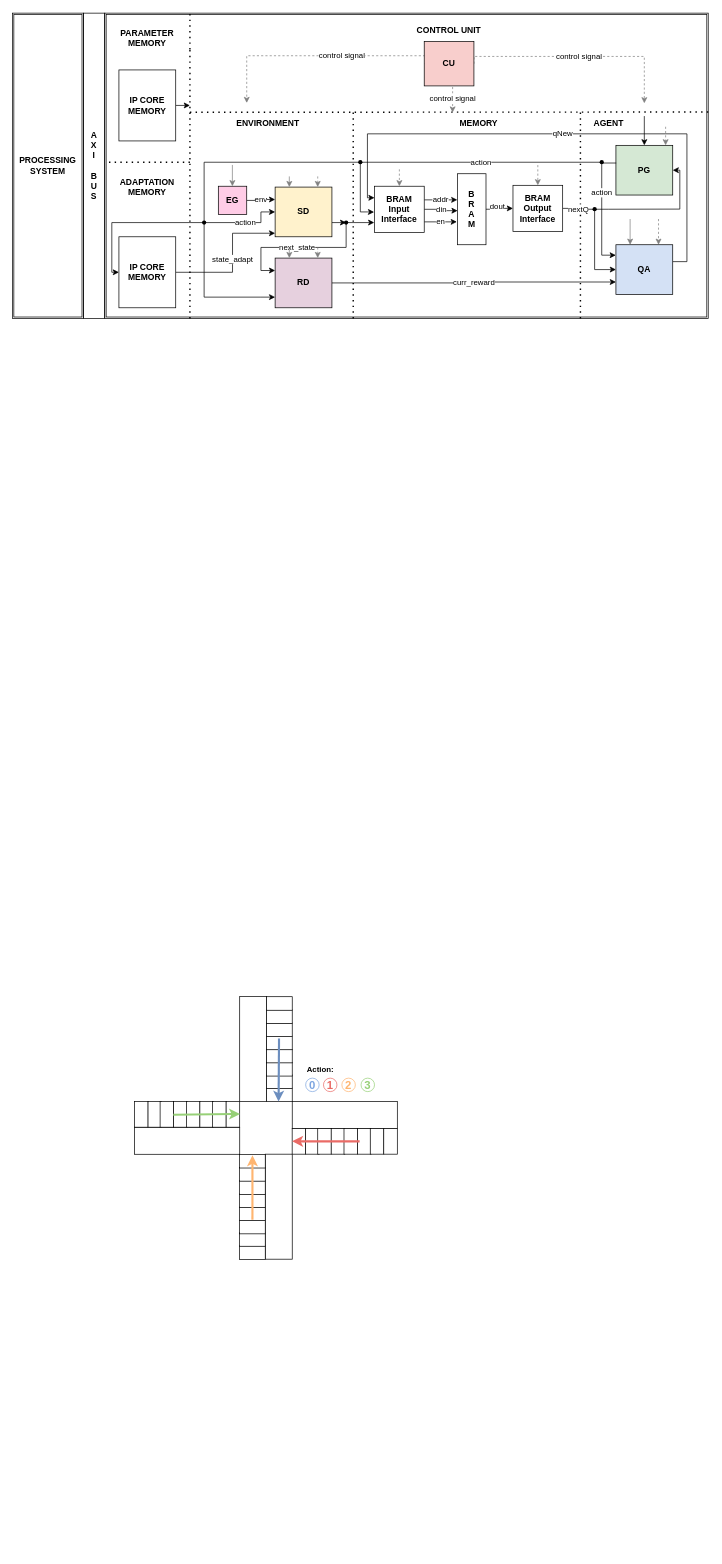
The draw.io diagram page "Sytem" (3 of 7) of documentation/conference_material/intelight.drawio in zulfikarna/intelligent_traffic_light, before the edit. Source tidied: cells renumbered, new cells numbered last; positions are measured from the earlier drawing's top-left corner, leaving out a move shared by most shapes. Both pictures are drawn from the tidied source at 71%, with x=0, y=0 at pixel (12, 13).
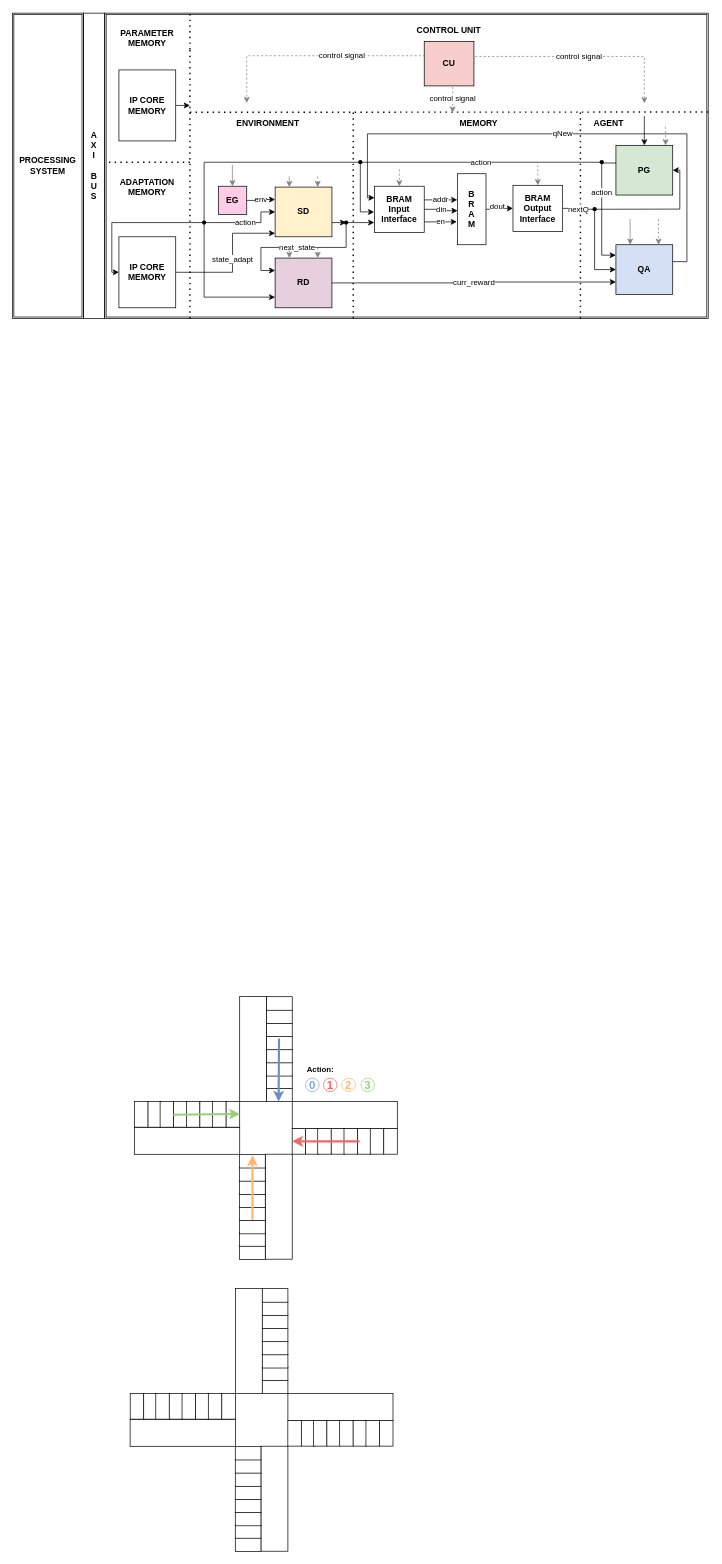
After the change.

What changed in the source:
```diff
@@
+    <mxCell id="119" style="whiteSpace=wrap;html=1;fontSize=10;rotation=0;" parent="1" vertex="1">
+      <mxGeometry x="314" y="1796.2" width="38" height="148" as="geometry" />
+    </mxCell>
+    <mxCell id="120" style="rounded=0;whiteSpace=wrap;html=1;fontFamily=Helvetica;fontSize=10;fontColor=default;align=center;strokeColor=default;fillColor=default;rotation=90;" parent="1" vertex="1">
+      <mxGeometry x="360.4" y="1916.7" width="19.1" height="36.1" as="geometry" />
+    </mxCell>
+    <mxCell id="121" style="rounded=0;whiteSpace=wrap;html=1;fontFamily=Helvetica;fontSize=10;fontColor=default;align=center;strokeColor=default;fillColor=default;rotation=90;" parent="1" vertex="1">
+      <mxGeometry x="360.4" y="1898.2" width="19.1" height="36.1" as="geometry" />
+    </mxCell>
+    <mxCell id="122" style="rounded=0;whiteSpace=wrap;html=1;fontFamily=Helvetica;fontSize=10;fontColor=default;align=center;strokeColor=default;fillColor=default;rotation=90;" parent="1" vertex="1">
+      <mxGeometry x="360.4" y="1880.7" width="19.1" height="36.1" as="geometry" />
+    </mxCell>
+    <mxCell id="123" style="rounded=0;whiteSpace=wrap;html=1;fontFamily=Helvetica;fontSize=10;fontColor=default;align=center;strokeColor=default;fillColor=default;rotation=90;" parent="1" vertex="1">
+      <mxGeometry x="360.4" y="1862.1" width="19.1" height="36.1" as="geometry" />
+    </mxCell>
+    <mxCell id="124" style="rounded=0;whiteSpace=wrap;html=1;fontFamily=Helvetica;fontSize=10;fontColor=default;align=center;strokeColor=default;fillColor=default;rotation=90;" parent="1" vertex="1">
+      <mxGeometry x="360.4" y="1843.6" width="19.1" height="36.1" as="geometry" />
+    </mxCell>
+    <mxCell id="125" style="rounded=0;whiteSpace=wrap;html=1;fontFamily=Helvetica;fontSize=10;fontColor=default;align=center;strokeColor=default;fillColor=default;rotation=90;" parent="1" vertex="1">
+      <mxGeometry x="360.4" y="1825.1" width="19.1" height="36.1" as="geometry" />
+    </mxCell>
+    <mxCell id="126" style="rounded=0;whiteSpace=wrap;html=1;fontFamily=Helvetica;fontSize=10;fontColor=default;align=center;strokeColor=default;fillColor=default;rotation=90;" parent="1" vertex="1">
+      <mxGeometry x="360.4" y="1806.5" width="19.1" height="36.1" as="geometry" />
+    </mxCell>
+    <mxCell id="127" style="rounded=0;whiteSpace=wrap;html=1;fontFamily=Helvetica;fontSize=10;fontColor=default;align=center;strokeColor=default;fillColor=default;rotation=90;" parent="1" vertex="1">
+      <mxGeometry x="360.4" y="1788" width="19.1" height="36.1" as="geometry" />
+    </mxCell>
+    <mxCell id="128" style="whiteSpace=wrap;html=1;fontSize=10;rotation=0;" parent="1" vertex="1">
+      <mxGeometry x="350" y="2018.4" width="38" height="147.9" as="geometry" />
+    </mxCell>
+    <mxCell id="129" style="rounded=0;whiteSpace=wrap;html=1;fontFamily=Helvetica;fontSize=10;fontColor=default;align=center;strokeColor=default;fillColor=default;rotation=90;" parent="1" vertex="1">
+      <mxGeometry x="322.4" y="2138.9" width="19.1" height="36.1" as="geometry" />
+    </mxCell>
+    <mxCell id="130" style="rounded=0;whiteSpace=wrap;html=1;fontFamily=Helvetica;fontSize=10;fontColor=default;align=center;strokeColor=default;fillColor=default;rotation=90;" parent="1" vertex="1">
+      <mxGeometry x="322.4" y="2120.4" width="19.1" height="36.1" as="geometry" />
+    </mxCell>
+    <mxCell id="131" style="rounded=0;whiteSpace=wrap;html=1;fontFamily=Helvetica;fontSize=10;fontColor=default;align=center;strokeColor=default;fillColor=default;rotation=90;" parent="1" vertex="1">
+      <mxGeometry x="322.4" y="2102.9" width="19.1" height="36.1" as="geometry" />
+    </mxCell>
+    <mxCell id="132" style="rounded=0;whiteSpace=wrap;html=1;fontFamily=Helvetica;fontSize=10;fontColor=default;align=center;strokeColor=default;fillColor=default;rotation=90;" parent="1" vertex="1">
+      <mxGeometry x="322.4" y="2084.4" width="19.1" height="36.1" as="geometry" />
+    </mxCell>
+    <mxCell id="133" style="rounded=0;whiteSpace=wrap;html=1;fontFamily=Helvetica;fontSize=10;fontColor=default;align=center;strokeColor=default;fillColor=default;rotation=90;" parent="1" vertex="1">
+      <mxGeometry x="322.4" y="2065.8" width="19.1" height="36.1" as="geometry" />
+    </mxCell>
+    <mxCell id="134" style="rounded=0;whiteSpace=wrap;html=1;fontFamily=Helvetica;fontSize=10;fontColor=default;align=center;strokeColor=default;fillColor=default;rotation=90;" parent="1" vertex="1">
+      <mxGeometry x="322.4" y="2047.3" width="19.1" height="36.1" as="geometry" />
+    </mxCell>
+    <mxCell id="135" style="rounded=0;whiteSpace=wrap;html=1;fontFamily=Helvetica;fontSize=10;fontColor=default;align=center;strokeColor=default;fillColor=default;rotation=90;" parent="1" vertex="1">
+      <mxGeometry x="322.4" y="2028.7" width="19.1" height="36.1" as="geometry" />
+    </mxCell>
+    <mxCell id="136" style="rounded=0;whiteSpace=wrap;html=1;fontFamily=Helvetica;fontSize=10;fontColor=default;align=center;strokeColor=default;fillColor=default;rotation=90;" parent="1" vertex="1">
+      <mxGeometry x="322.4" y="2010.2" width="19.1" height="36.1" as="geometry" />
+    </mxCell>
+    <mxCell id="137" style="whiteSpace=wrap;html=1;fontSize=10;rotation=-90;" parent="1" vertex="1">
+      <mxGeometry x="443" y="1889.2" width="38" height="148" as="geometry" />
+    </mxCell>
+    <mxCell id="138" style="group;rotation=90;" parent="1" vertex="1">
+      <mxGeometry x="443.9" y="1926.2" width="36.1" height="147.9" as="geometry" />
+    </mxCell>
+    <mxCell id="139" style="rounded=0;whiteSpace=wrap;html=1;fontFamily=Helvetica;fontSize=10;fontColor=default;align=center;strokeColor=default;fillColor=default;rotation=180;" parent="138" vertex="1">
+      <mxGeometry x="-56" y="56" width="19.1" height="36.1" as="geometry" />
+    </mxCell>
+    <mxCell id="140" style="rounded=0;whiteSpace=wrap;html=1;fontFamily=Helvetica;fontSize=10;fontColor=default;align=center;strokeColor=default;fillColor=default;rotation=180;" parent="138" vertex="1">
+      <mxGeometry x="-37" y="56" width="19.1" height="36.1" as="geometry" />
+    </mxCell>
+    <mxCell id="141" style="rounded=0;whiteSpace=wrap;html=1;fontFamily=Helvetica;fontSize=10;fontColor=default;align=center;strokeColor=default;fillColor=default;rotation=180;" parent="138" vertex="1">
+      <mxGeometry x="-20" y="56" width="19.1" height="36.1" as="geometry" />
+    </mxCell>
+    <mxCell id="142" style="rounded=0;whiteSpace=wrap;html=1;fontFamily=Helvetica;fontSize=10;fontColor=default;align=center;strokeColor=default;fillColor=default;rotation=180;" parent="138" vertex="1">
+      <mxGeometry x="-1" y="56" width="19.1" height="36.1" as="geometry" />
+    </mxCell>
+    <mxCell id="143" style="rounded=0;whiteSpace=wrap;html=1;fontFamily=Helvetica;fontSize=10;fontColor=default;align=center;strokeColor=default;fillColor=default;rotation=180;" parent="138" vertex="1">
+      <mxGeometry x="17" y="56" width="19.1" height="36.1" as="geometry" />
+    </mxCell>
+    <mxCell id="144" style="rounded=0;whiteSpace=wrap;html=1;fontFamily=Helvetica;fontSize=10;fontColor=default;align=center;strokeColor=default;fillColor=default;rotation=180;" parent="138" vertex="1">
+      <mxGeometry x="36" y="56" width="19.1" height="36.1" as="geometry" />
+    </mxCell>
+    <mxCell id="145" style="rounded=0;whiteSpace=wrap;html=1;fontFamily=Helvetica;fontSize=10;fontColor=default;align=center;strokeColor=default;fillColor=default;rotation=180;" parent="138" vertex="1">
+      <mxGeometry x="54" y="56" width="19.1" height="36.1" as="geometry" />
+    </mxCell>
+    <mxCell id="146" style="rounded=0;whiteSpace=wrap;html=1;fontFamily=Helvetica;fontSize=10;fontColor=default;align=center;strokeColor=default;fillColor=default;rotation=180;" parent="138" vertex="1">
+      <mxGeometry x="73" y="56" width="19.1" height="36.1" as="geometry" />
+    </mxCell>
+    <mxCell id="147" style="whiteSpace=wrap;html=1;fontSize=10;rotation=-90;" parent="1" vertex="1">
+      <mxGeometry x="220.9" y="1925.4" width="38" height="148.3" as="geometry" />
+    </mxCell>
+    <mxCell id="148" style="group;rotation=90;" parent="1" vertex="1">
+      <mxGeometry x="221.9" y="1888.2" width="36.1" height="147.9" as="geometry" />
+    </mxCell>
+    <mxCell id="149" style="rounded=0;whiteSpace=wrap;html=1;fontFamily=Helvetica;fontSize=10;fontColor=default;align=center;strokeColor=default;fillColor=default;rotation=180;" parent="148" vertex="1">
+      <mxGeometry x="-56" y="56" width="19.1" height="36.1" as="geometry" />
+    </mxCell>
+    <mxCell id="150" style="rounded=0;whiteSpace=wrap;html=1;fontFamily=Helvetica;fontSize=10;fontColor=default;align=center;strokeColor=default;fillColor=default;rotation=180;" parent="148" vertex="1">
+      <mxGeometry x="-37" y="56" width="19.1" height="36.1" as="geometry" />
+    </mxCell>
+    <mxCell id="151" style="rounded=0;whiteSpace=wrap;html=1;fontFamily=Helvetica;fontSize=10;fontColor=default;align=center;strokeColor=default;fillColor=default;rotation=180;" parent="148" vertex="1">
+      <mxGeometry x="-20" y="56" width="19.1" height="36.1" as="geometry" />
+    </mxCell>
+    <mxCell id="152" style="rounded=0;whiteSpace=wrap;html=1;fontFamily=Helvetica;fontSize=10;fontColor=default;align=center;strokeColor=default;fillColor=default;rotation=180;" parent="148" vertex="1">
+      <mxGeometry x="-1" y="56" width="19.1" height="36.1" as="geometry" />
+    </mxCell>
+    <mxCell id="153" style="rounded=0;whiteSpace=wrap;html=1;fontFamily=Helvetica;fontSize=10;fontColor=default;align=center;strokeColor=default;fillColor=default;rotation=180;" parent="148" vertex="1">
+      <mxGeometry x="17" y="56" width="19.1" height="36.1" as="geometry" />
+    </mxCell>
+    <mxCell id="154" style="rounded=0;whiteSpace=wrap;html=1;fontFamily=Helvetica;fontSize=10;fontColor=default;align=center;strokeColor=default;fillColor=default;rotation=180;" parent="148" vertex="1">
+      <mxGeometry x="36" y="56" width="19.1" height="36.1" as="geometry" />
+    </mxCell>
+    <mxCell id="155" style="rounded=0;whiteSpace=wrap;html=1;fontFamily=Helvetica;fontSize=10;fontColor=default;align=center;strokeColor=default;fillColor=default;rotation=180;" parent="148" vertex="1">
+      <mxGeometry x="54" y="56" width="19.1" height="36.1" as="geometry" />
+    </mxCell>
+    <mxCell id="156" style="rounded=0;whiteSpace=wrap;html=1;fontFamily=Helvetica;fontSize=10;fontColor=default;align=center;strokeColor=default;fillColor=default;rotation=180;" parent="148" vertex="1">
+      <mxGeometry x="73" y="56" width="19.1" height="36.1" as="geometry" />
+    </mxCell>
```
